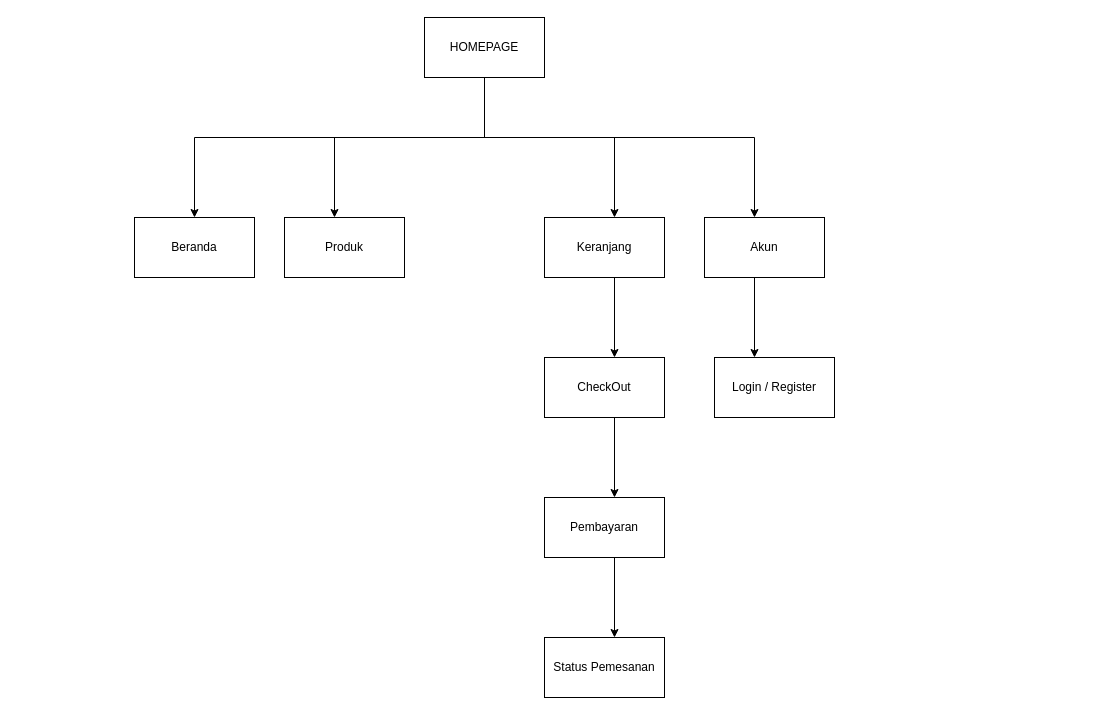
The draw.io diagram docs/navigation/user-navigasi.drawio in EvandriRidho/Rizquna-Bakery, before the edit. Source tidied: cells renumbered, new cells numbered last; positions are measured from the earlier drawing's top-left corner, leaving out a move shared by most shapes. Both pictures are drawn from the tidied source at 100%, with x=0, y=0 at pixel (134, 17).
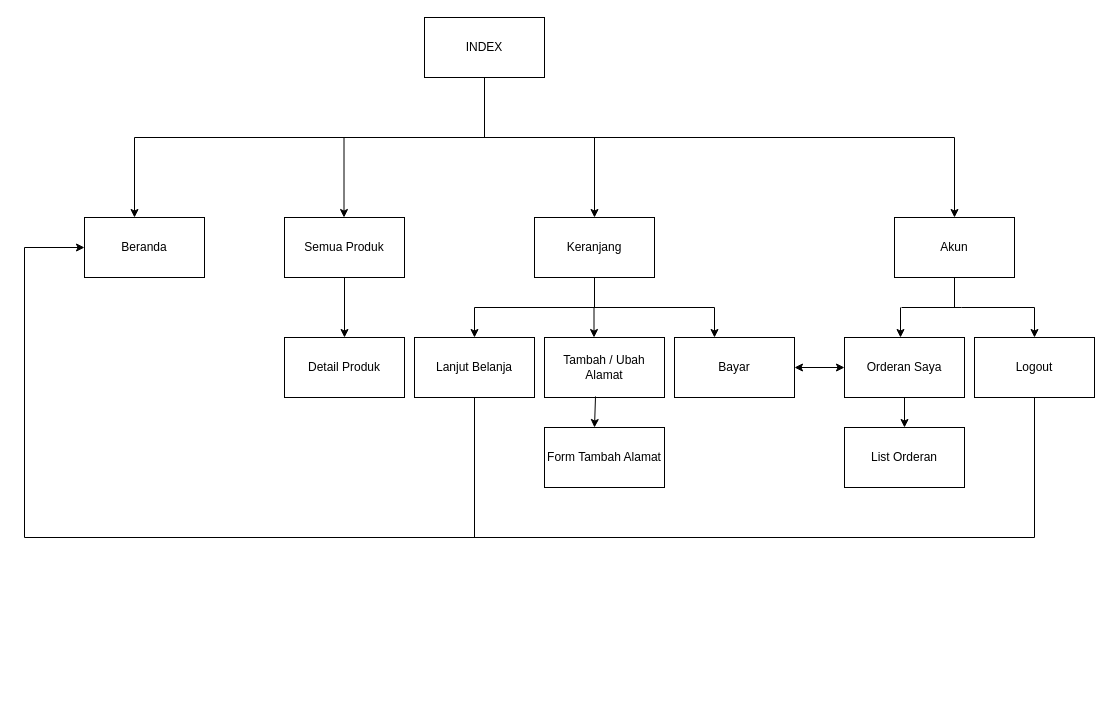
The same diagram, later.

Commit message (it also covers changes not shown here):
docs (diagram) : updated admin and user structured naviagtion

What changed in the source:
```diff
@@
-    <mxCell id="2" value="HOMEPAGE" style="rounded=0;whiteSpace=wrap;html=1;" parent="1" vertex="1">
+    <mxCell id="2" value="INDEX" style="rounded=0;whiteSpace=wrap;html=1;" parent="1" vertex="1">
       <mxGeometry x="290" width="120" height="60" as="geometry" />
     </mxCell>
     <mxCell id="3" style="endArrow=none;html=1;rounded=0;" parent="1" edge="1">
       <mxGeometry relative="1" as="geometry">
-        <mxPoint x="60" y="120" as="sourcePoint" />
-        <mxPoint x="620" y="120" as="targetPoint" />
+        <mxPoint y="120" as="sourcePoint" />
+        <mxPoint x="820" y="120" as="targetPoint" />
       </mxGeometry>
     </mxCell>
     <mxCell id="4" style="endArrow=classic;html=1;rounded=0;" parent="1" edge="1">
       <mxGeometry relative="1" as="geometry">
-        <mxPoint x="60" y="120" as="sourcePoint" />
-        <mxPoint x="60" y="200" as="targetPoint" />
+        <mxPoint y="120" as="sourcePoint" />
+        <mxPoint y="200" as="targetPoint" />
       </mxGeometry>
     </mxCell>
     <mxCell id="5" style="endArrow=classic;html=1;rounded=0;" parent="1" edge="1">
       <mxGeometry relative="1" as="geometry">
-        <mxPoint x="200" y="120" as="sourcePoint" />
-        <mxPoint x="200" y="200" as="targetPoint" />
+        <mxPoint x="209.5" y="120" as="sourcePoint" />
+        <mxPoint x="209.5" y="200" as="targetPoint" />
       </mxGeometry>
     </mxCell>
     <mxCell id="6" style="endArrow=classic;html=1;rounded=0;" parent="1" edge="1">
       <mxGeometry relative="1" as="geometry">
-        <mxPoint x="480" y="120" as="sourcePoint" />
-        <mxPoint x="480" y="200" as="targetPoint" />
+        <mxPoint x="460" y="120" as="sourcePoint" />
+        <mxPoint x="460" y="200" as="targetPoint" />
       </mxGeometry>
     </mxCell>
     <mxCell id="7" style="endArrow=classic;html=1;rounded=0;" parent="1" edge="1">
       <mxGeometry relative="1" as="geometry">
-        <mxPoint x="620" y="120" as="sourcePoint" />
-        <mxPoint x="620" y="200" as="targetPoint" />
+        <mxPoint x="820" y="120" as="sourcePoint" />
+        <mxPoint x="820" y="200" as="targetPoint" />
       </mxGeometry>
     </mxCell>
     <mxCell id="8" value="Beranda" style="rounded=0;whiteSpace=wrap;html=1;" parent="1" vertex="1">
-      <mxGeometry y="200" width="120" height="60" as="geometry" />
+      <mxGeometry x="-50" y="200" width="120" height="60" as="geometry" />
     </mxCell>
-    <mxCell id="9" value="Produk" style="rounded=0;whiteSpace=wrap;html=1;" parent="1" vertex="1">
+    <mxCell id="9" value="Semua Produk" style="rounded=0;whiteSpace=wrap;html=1;" parent="1" vertex="1">
       <mxGeometry x="150" y="200" width="120" height="60" as="geometry" />
     </mxCell>
+    <mxCell id="20" style="endArrow=none;html=1;rounded=0;entryX=0.5;entryY=1;entryDx=0;entryDy=0;" parent="1" edge="1" target="2">
+      <mxGeometry relative="1" as="geometry">
+        <mxPoint x="350" y="120" as="sourcePoint" />
+      </mxGeometry>
+    </mxCell>
     <mxCell id="10" value="Keranjang" style="rounded=0;whiteSpace=wrap;html=1;" parent="1" vertex="1">
-      <mxGeometry x="410" y="200" width="120" height="60" as="geometry" />
+      <mxGeometry x="400" y="200" width="120" height="60" as="geometry" />
     </mxCell>
+    <mxCell id="21" style="endArrow=none;html=1;rounded=0;entryX=0.5;entryY=1;entryDx=0;entryDy=0;" parent="1" edge="1" target="10">
+      <mxGeometry relative="1" as="geometry">
+        <mxPoint x="460" y="290" as="sourcePoint" />
+      </mxGeometry>
+    </mxCell>
+    <mxCell id="22" style="endArrow=none;html=1;rounded=0;" parent="1" edge="1">
+      <mxGeometry relative="1" as="geometry">
+        <mxPoint x="340" y="290" as="sourcePoint" />
+        <mxPoint x="580" y="290" as="targetPoint" />
+      </mxGeometry>
+    </mxCell>
     <mxCell id="11" value="Akun" style="rounded=0;whiteSpace=wrap;html=1;" parent="1" vertex="1">
-      <mxGeometry x="570" y="200" width="120" height="60" as="geometry" />
+      <mxGeometry x="760" y="200" width="120" height="60" as="geometry" />
     </mxCell>
-    <mxCell id="12" style="endArrow=classic;html=1;rounded=0;" parent="1" edge="1">
-      <mxGeometry relative="1" as="geometry">
-        <mxPoint x="620" y="260" as="sourcePoint" />
-        <mxPoint x="620" y="340" as="targetPoint" />
-      </mxGeometry>
-    </mxCell>
-    <mxCell id="13" value="Login / Register" style="rounded=0;whiteSpace=wrap;html=1;" parent="1" vertex="1">
-      <mxGeometry x="580" y="340" width="120" height="60" as="geometry" />
-    </mxCell>
-    <mxCell id="14" style="endArrow=classic;html=1;rounded=0;" parent="1" edge="1">
-      <mxGeometry relative="1" as="geometry">
-        <mxPoint x="480" y="260" as="sourcePoint" />
-        <mxPoint x="480" y="340" as="targetPoint" />
-      </mxGeometry>
-    </mxCell>
-    <mxCell id="15" value="CheckOut" style="rounded=0;whiteSpace=wrap;html=1;" parent="1" vertex="1">
-      <mxGeometry x="410" y="340" width="120" height="60" as="geometry" />
-    </mxCell>
-    <mxCell id="16" style="endArrow=classic;html=1;rounded=0;" parent="1" edge="1">
-      <mxGeometry relative="1" as="geometry">
-        <mxPoint x="480" y="400" as="sourcePoint" />
-        <mxPoint x="480" y="480" as="targetPoint" />
-      </mxGeometry>
-    </mxCell>
-    <mxCell id="17" value="Pembayaran" style="rounded=0;whiteSpace=wrap;html=1;" parent="1" vertex="1">
-      <mxGeometry x="410" y="480" width="120" height="60" as="geometry" />
-    </mxCell>
-    <mxCell id="18" style="endArrow=classic;html=1;rounded=0;" parent="1" edge="1">
-      <mxGeometry relative="1" as="geometry">
-        <mxPoint x="480" y="540" as="sourcePoint" />
-        <mxPoint x="480" y="620" as="targetPoint" />
-      </mxGeometry>
-    </mxCell>
-    <mxCell id="19" value="Status Pemesanan" style="rounded=0;whiteSpace=wrap;html=1;" parent="1" vertex="1">
-      <mxGeometry x="410" y="620" width="120" height="60" as="geometry" />
-    </mxCell>
-    <mxCell id="20" style="endArrow=none;html=1;rounded=0;entryX=0.5;entryY=1;entryDx=0;entryDy=0;" parent="1" edge="1" target="2">
-      <mxGeometry relative="1" as="geometry">
-        <mxPoint x="350" y="120" as="sourcePoint" />
-      </mxGeometry>
-    </mxCell>
+    <mxCell id="23" style="endArrow=classic;html=1;rounded=0;" parent="1" edge="1">
+      <mxGeometry relative="1" as="geometry">
+        <mxPoint x="340" y="290" as="sourcePoint" />
+        <mxPoint x="340" y="320" as="targetPoint" />
+      </mxGeometry>
+    </mxCell>
+    <mxCell id="24" style="endArrow=classic;html=1;rounded=0;" parent="1" edge="1">
+      <mxGeometry relative="1" as="geometry">
+        <mxPoint x="459.5" y="290" as="sourcePoint" />
+        <mxPoint x="459.5" y="320" as="targetPoint" />
+      </mxGeometry>
+    </mxCell>
+    <mxCell id="25" style="endArrow=classic;html=1;rounded=0;" parent="1" edge="1">
+      <mxGeometry relative="1" as="geometry">
+        <mxPoint x="580" y="290" as="sourcePoint" />
+        <mxPoint x="580" y="320" as="targetPoint" />
+      </mxGeometry>
+    </mxCell>
+    <mxCell id="26" value="Lanjut Belanja" style="rounded=0;whiteSpace=wrap;html=1;" parent="1" vertex="1">
+      <mxGeometry x="280" y="320" width="120" height="60" as="geometry" />
+    </mxCell>
+    <mxCell id="27" value="Tambah / Ubah Alamat" style="rounded=0;whiteSpace=wrap;html=1;" parent="1" vertex="1">
+      <mxGeometry x="410" y="320" width="120" height="60" as="geometry" />
+    </mxCell>
+    <mxCell id="28" value="Bayar" style="rounded=0;whiteSpace=wrap;html=1;" parent="1" vertex="1">
+      <mxGeometry x="540" y="320" width="120" height="60" as="geometry" />
+    </mxCell>
+    <mxCell id="29" style="endArrow=classic;html=1;rounded=0;exitX=0.425;exitY=0.983;exitDx=0;exitDy=0;exitPerimeter=0;" parent="1" edge="1" source="27">
+      <mxGeometry relative="1" as="geometry">
+        <mxPoint x="460" y="410" as="targetPoint" />
+      </mxGeometry>
+    </mxCell>
+    <mxCell id="30" value="Form Tambah Alamat" style="rounded=0;whiteSpace=wrap;html=1;" parent="1" vertex="1">
+      <mxGeometry x="410" y="410" width="120" height="60" as="geometry" />
+    </mxCell>
+    <mxCell id="31" style="endArrow=none;html=1;rounded=0;entryX=0.5;entryY=1;entryDx=0;entryDy=0;" parent="1" edge="1" target="11">
+      <mxGeometry relative="1" as="geometry">
+        <mxPoint x="790" y="290" as="sourcePoint" />
+        <Array as="points">
+          <mxPoint x="820" y="290" />
+        </Array>
+      </mxGeometry>
+    </mxCell>
+    <mxCell id="32" style="endArrow=none;html=1;rounded=0;" parent="1" edge="1">
+      <mxGeometry relative="1" as="geometry">
+        <mxPoint x="767" y="290" as="sourcePoint" />
+        <mxPoint x="900" y="290" as="targetPoint" />
+        <Array as="points">
+          <mxPoint x="827" y="290" />
+        </Array>
+      </mxGeometry>
+    </mxCell>
+    <mxCell id="33" style="endArrow=classic;html=1;rounded=0;" parent="1" edge="1">
+      <mxGeometry relative="1" as="geometry">
+        <mxPoint x="766" y="290" as="sourcePoint" />
+        <mxPoint x="766" y="320" as="targetPoint" />
+      </mxGeometry>
+    </mxCell>
+    <mxCell id="34" style="endArrow=classic;html=1;rounded=0;" parent="1" edge="1">
+      <mxGeometry relative="1" as="geometry">
+        <mxPoint x="900" y="290" as="sourcePoint" />
+        <mxPoint x="900" y="320" as="targetPoint" />
+      </mxGeometry>
+    </mxCell>
+    <mxCell id="35" value="Orderan Saya" style="rounded=0;whiteSpace=wrap;html=1;" parent="1" vertex="1">
+      <mxGeometry x="710" y="320" width="120" height="60" as="geometry" />
+    </mxCell>
+    <mxCell id="36" value="Logout" style="rounded=0;whiteSpace=wrap;html=1;" parent="1" vertex="1">
+      <mxGeometry x="840" y="320" width="120" height="60" as="geometry" />
+    </mxCell>
+    <mxCell id="37" style="endArrow=classic;startArrow=classic;html=1;rounded=0;" parent="1" edge="1" target="35">
+      <mxGeometry relative="1" as="geometry">
+        <mxPoint x="660" y="350" as="sourcePoint" />
+      </mxGeometry>
+    </mxCell>
+    <mxCell id="38" style="endArrow=classic;html=1;rounded=0;exitX=0.5;exitY=1;exitDx=0;exitDy=0;" parent="1" edge="1" source="35">
+      <mxGeometry relative="1" as="geometry">
+        <mxPoint x="770" y="410" as="targetPoint" />
+      </mxGeometry>
+    </mxCell>
+    <mxCell id="39" value="List Orderan" style="rounded=0;whiteSpace=wrap;html=1;" parent="1" vertex="1">
+      <mxGeometry x="710" y="410" width="120" height="60" as="geometry" />
+    </mxCell>
+    <mxCell id="40" style="endArrow=none;html=1;rounded=0;entryX=0.5;entryY=1;entryDx=0;entryDy=0;" parent="1" edge="1" target="36">
+      <mxGeometry relative="1" as="geometry">
+        <mxPoint x="900" y="520" as="sourcePoint" />
+      </mxGeometry>
+    </mxCell>
+    <mxCell id="41" style="endArrow=none;html=1;rounded=0;" parent="1" edge="1">
+      <mxGeometry relative="1" as="geometry">
+        <mxPoint x="-110" y="520" as="sourcePoint" />
+        <mxPoint x="900" y="520" as="targetPoint" />
+      </mxGeometry>
+    </mxCell>
+    <mxCell id="42" style="endArrow=none;html=1;rounded=0;" parent="1" edge="1">
+      <mxGeometry relative="1" as="geometry">
+        <mxPoint x="-110" y="520" as="sourcePoint" />
+        <mxPoint x="-110" y="230" as="targetPoint" />
+      </mxGeometry>
+    </mxCell>
+    <mxCell id="43" style="endArrow=classic;html=1;rounded=0;entryX=0;entryY=0.5;entryDx=0;entryDy=0;" parent="1" edge="1" target="8">
+      <mxGeometry relative="1" as="geometry">
+        <mxPoint x="-110" y="230" as="sourcePoint" />
+      </mxGeometry>
+    </mxCell>
+    <mxCell id="44" style="endArrow=none;html=1;rounded=0;exitX=0.5;exitY=1;exitDx=0;exitDy=0;" parent="1" edge="1" source="26">
+      <mxGeometry relative="1" as="geometry">
+        <mxPoint x="340" y="520" as="targetPoint" />
+      </mxGeometry>
+    </mxCell>
+    <mxCell id="45" style="endArrow=classic;html=1;rounded=0;exitX=0.5;exitY=1;exitDx=0;exitDy=0;entryX=0.5;entryY=0;entryDx=0;entryDy=0;" parent="1" edge="1" source="9" target="46">
+      <mxGeometry relative="1" as="geometry" />
+    </mxCell>
+    <mxCell id="46" value="Detail Produk" style="rounded=0;whiteSpace=wrap;html=1;" parent="1" vertex="1">
+      <mxGeometry x="150" y="320" width="120" height="60" as="geometry" />
+    </mxCell>
```
